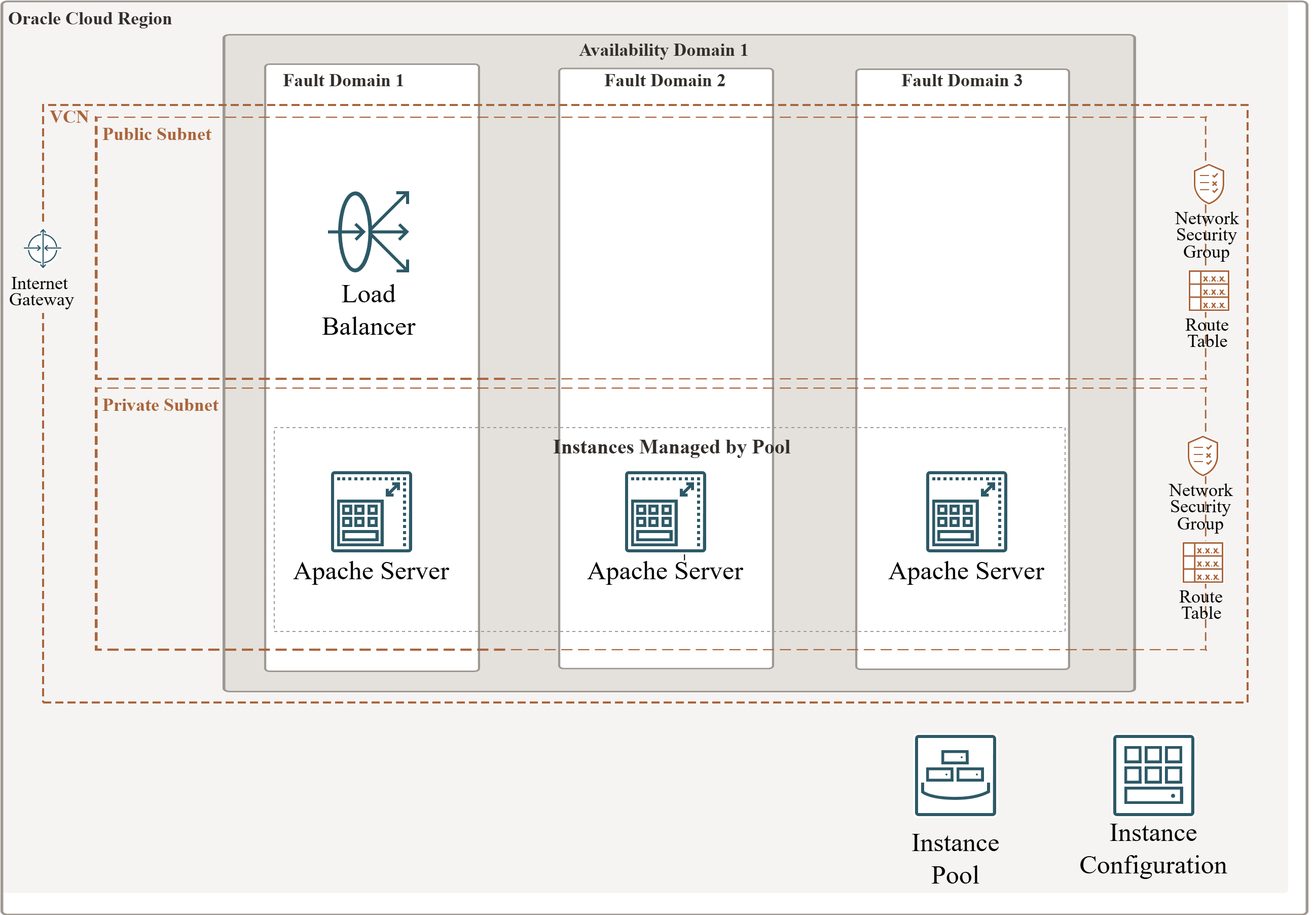
Above: oci-instance-pools.png in mamonaco1973/oci-instance-pool (draw.io), before the change. Source tidied: cells renumbered, new cells last; positions are measured from the earlier drawing's top-left corner, leaving out a move shared by most shapes.
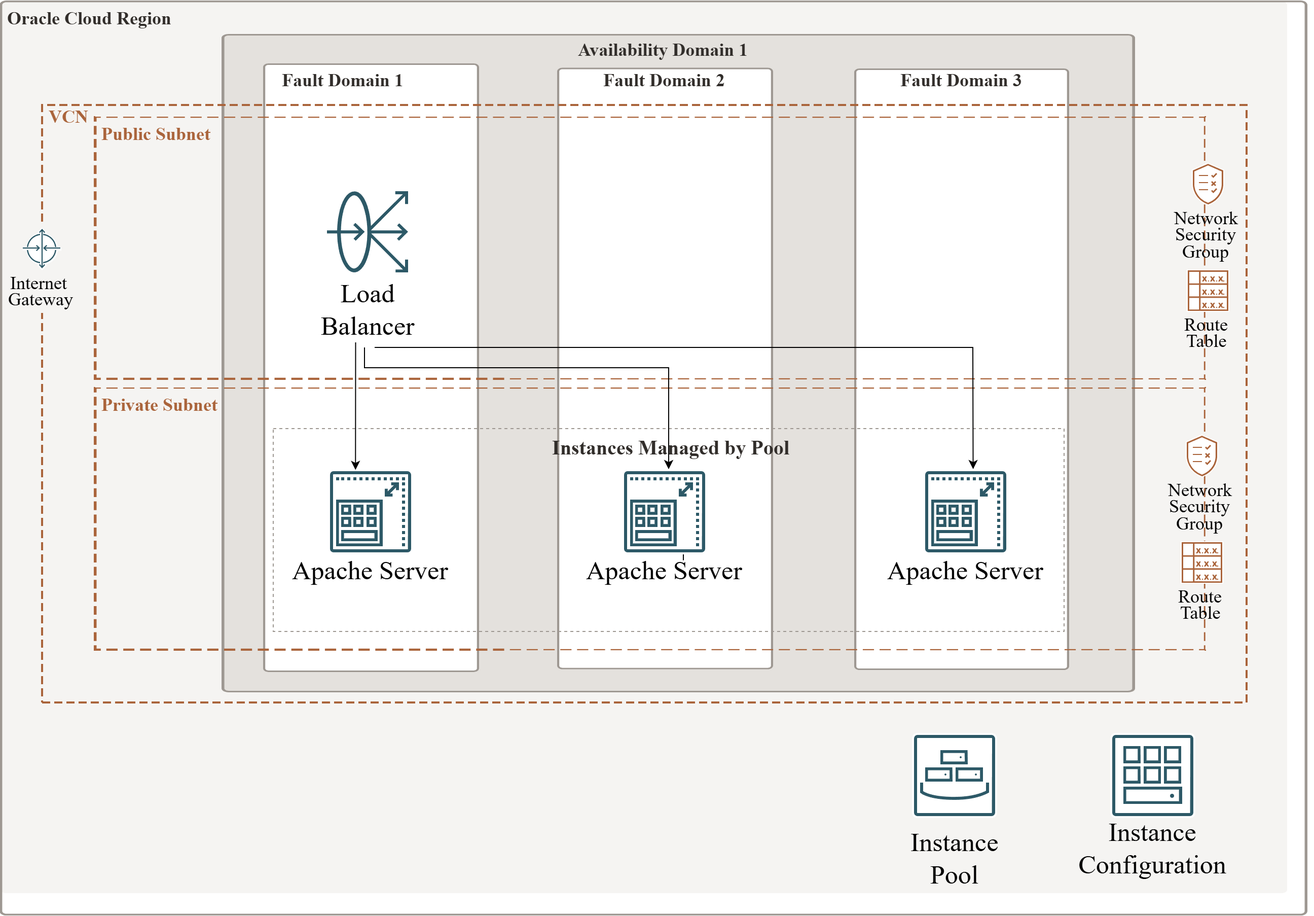
The same file after the commit.

Diff of the diagram source:
```diff
@@ -780,7 +780,27 @@
       <mxGeometry y="104" width="135" height="20" as="geometry" />
     </mxCell>
     <mxCell id="261" value="&lt;b&gt;&lt;font style=&quot;font-size: 20px;&quot;&gt;Instances Managed by Pool&lt;/font&gt;&lt;/b&gt;" style="whiteSpace=wrap;html=1;strokeWidth=1;dashed=1;align=center;fontFamily=Oracle Sans;verticalAlign=top;fillColor=none;fontColor=#312D2A;strokeColor=#9E9892;fontSize=12;spacingLeft=5;" parent="1" vertex="1">
-      <mxGeometry x="270" y="421" width="780" height="201" as="geometry" />
+      <mxGeometry x="270" y="422" width="780" height="200" as="geometry" />
     </mxCell>
+    <mxCell id="262" style="endArrow=classic;html=1;rounded=0;exitX=0.317;exitY=1.301;exitDx=0;exitDy=0;exitPerimeter=0;entryX=0.104;entryY=0.204;entryDx=0;entryDy=0;entryPerimeter=0;" parent="1" edge="1" source="157" target="261">
+      <mxGeometry relative="1" as="geometry" />
+    </mxCell>
+    <mxCell id="263" style="endArrow=classic;html=1;rounded=0;entryX=0.5;entryY=0.2;entryDx=0;entryDy=0;entryPerimeter=0;" parent="1" edge="1" target="261">
+      <mxGeometry relative="1" as="geometry">
+        <mxPoint x="360" y="342" as="sourcePoint" />
+        <Array as="points">
+          <mxPoint x="360" y="362" />
+          <mxPoint x="660" y="362" />
+        </Array>
+      </mxGeometry>
+    </mxCell>
+    <mxCell id="264" style="endArrow=classic;html=1;rounded=0;entryX=0.885;entryY=0.2;entryDx=0;entryDy=0;entryPerimeter=0;" parent="1" edge="1" target="261">
+      <mxGeometry relative="1" as="geometry">
+        <mxPoint x="370" y="342" as="sourcePoint" />
+        <Array as="points">
+          <mxPoint x="960" y="342" />
+        </Array>
+      </mxGeometry>
+    </mxCell>
   </root>
 </mxGraphModel>
```
